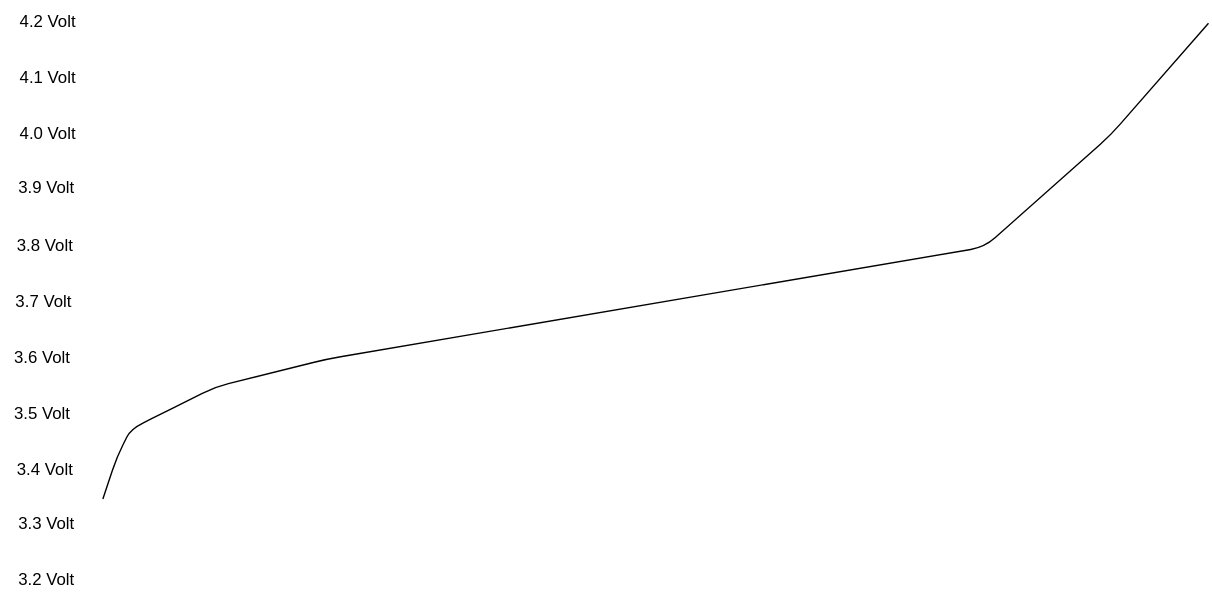
The draw.io diagram content/technology/battery/buffer/chargecurve.drawio.svg in evkx/evkx.github.io, before a commit. Source tidied: cells renumbered, new cells last; positions are measured from the earlier drawing's top-left corner, leaving out a move shared by most shapes. The source it was exported from:
```xml
<mxGraphModel>
  <root>
    <mxCell id="0" />
    <mxCell id="1" parent="0" />
    <mxCell id="2" style="endArrow=none;html=1;" parent="1" edge="1">
      <mxGeometry relative="1" as="geometry">
        <mxPoint x="73" y="356" as="sourcePoint" />
        <mxPoint x="863" y="16" as="targetPoint" />
        <Array as="points">
          <mxPoint x="83" y="326" />
          <mxPoint x="93" y="306" />
          <mxPoint x="113" y="296" />
          <mxPoint x="153" y="276" />
          <mxPoint x="233" y="256" />
          <mxPoint x="703" y="176" />
          <mxPoint x="793" y="96" />
        </Array>
      </mxGeometry>
    </mxCell>
    <mxCell id="3" value="3.5 Volt" style="text;html=1;strokeColor=none;fillColor=none;align=center;verticalAlign=middle;whiteSpace=wrap;rounded=0;" parent="1" vertex="1">
      <mxGeometry y="280" width="60" height="30" as="geometry" />
    </mxCell>
    <mxCell id="4" value="3.4 Volt" style="text;html=1;strokeColor=none;fillColor=none;align=center;verticalAlign=middle;whiteSpace=wrap;rounded=0;" parent="1" vertex="1">
      <mxGeometry x="2" y="320" width="60" height="30" as="geometry" />
    </mxCell>
    <mxCell id="5" value="3.6 Volt" style="text;html=1;strokeColor=none;fillColor=none;align=center;verticalAlign=middle;whiteSpace=wrap;rounded=0;" parent="1" vertex="1">
      <mxGeometry y="240" width="60" height="30" as="geometry" />
    </mxCell>
    <mxCell id="6" value="3.3 Volt" style="text;html=1;strokeColor=none;fillColor=none;align=center;verticalAlign=middle;whiteSpace=wrap;rounded=0;" parent="1" vertex="1">
      <mxGeometry x="3" y="359" width="60" height="30" as="geometry" />
    </mxCell>
    <mxCell id="7" value="3.7 Volt" style="text;html=1;strokeColor=none;fillColor=none;align=center;verticalAlign=middle;whiteSpace=wrap;rounded=0;" parent="1" vertex="1">
      <mxGeometry x="1" y="200" width="60" height="30" as="geometry" />
    </mxCell>
    <mxCell id="8" value="3.8 Volt" style="text;html=1;strokeColor=none;fillColor=none;align=center;verticalAlign=middle;whiteSpace=wrap;rounded=0;" parent="1" vertex="1">
      <mxGeometry x="2" y="160" width="60" height="30" as="geometry" />
    </mxCell>
    <mxCell id="9" value="3.9 Volt" style="text;html=1;strokeColor=none;fillColor=none;align=center;verticalAlign=middle;whiteSpace=wrap;rounded=0;" parent="1" vertex="1">
      <mxGeometry x="3" y="119" width="60" height="30" as="geometry" />
    </mxCell>
    <mxCell id="10" value="4.0 Volt" style="text;html=1;strokeColor=none;fillColor=none;align=center;verticalAlign=middle;whiteSpace=wrap;rounded=0;" parent="1" vertex="1">
      <mxGeometry x="4" y="80" width="60" height="30" as="geometry" />
    </mxCell>
    <mxCell id="11" value="4.1 Volt" style="text;html=1;strokeColor=none;fillColor=none;align=center;verticalAlign=middle;whiteSpace=wrap;rounded=0;" parent="1" vertex="1">
      <mxGeometry x="4" y="40" width="60" height="30" as="geometry" />
    </mxCell>
    <mxCell id="12" value="4.2 Volt" style="text;html=1;strokeColor=none;fillColor=none;align=center;verticalAlign=middle;whiteSpace=wrap;rounded=0;" parent="1" vertex="1">
      <mxGeometry x="4" width="60" height="30" as="geometry" />
    </mxCell>
    <mxCell id="13" value="3.2 Volt" style="text;html=1;strokeColor=none;fillColor=none;align=center;verticalAlign=middle;whiteSpace=wrap;rounded=0;" parent="1" vertex="1">
      <mxGeometry x="3" y="399" width="60" height="30" as="geometry" />
    </mxCell>
  </root>
</mxGraphModel>
```
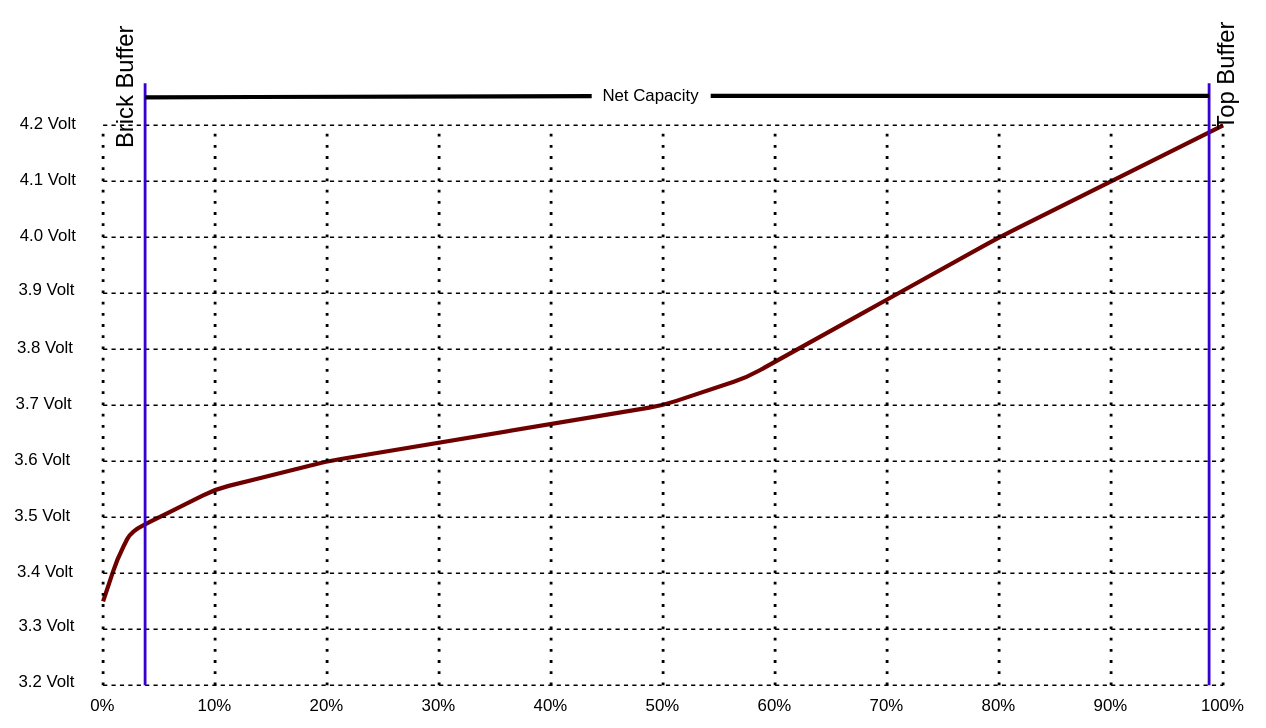
The same file after the commit.

What changed in the source:
```diff
@@ -2,18 +2,20 @@
   <root>
     <mxCell id="0" />
     <mxCell id="1" parent="0" />
-    <mxCell id="2" style="endArrow=none;html=1;" parent="1" edge="1">
+    <mxCell id="2" style="endArrow=none;html=1;strokeWidth=3;fillColor=#a20025;strokeColor=#6F0000;" parent="1" edge="1">
       <mxGeometry relative="1" as="geometry">
         <mxPoint x="73" y="356" as="sourcePoint" />
-        <mxPoint x="863" y="16" as="targetPoint" />
+        <mxPoint x="873" y="16" as="targetPoint" />
         <Array as="points">
           <mxPoint x="83" y="326" />
           <mxPoint x="93" y="306" />
           <mxPoint x="113" y="296" />
           <mxPoint x="153" y="276" />
           <mxPoint x="233" y="256" />
-          <mxPoint x="703" y="176" />
-          <mxPoint x="793" y="96" />
+          <mxPoint x="473" y="216" />
+          <mxPoint x="533" y="196" />
+          <mxPoint x="623" y="146" />
+          <mxPoint x="713" y="96" />
         </Array>
       </mxGeometry>
     </mxCell>
@@ -50,5 +52,196 @@
     <mxCell id="13" value="3.2 Volt" style="text;html=1;strokeColor=none;fillColor=none;align=center;verticalAlign=middle;whiteSpace=wrap;rounded=0;" parent="1" vertex="1">
       <mxGeometry x="3" y="399" width="60" height="30" as="geometry" />
     </mxCell>
+    <mxCell id="14" style="endArrow=none;dashed=1;html=1;dashPattern=1 3;strokeWidth=2;" parent="1" edge="1">
+      <mxGeometry relative="1" as="geometry">
+        <mxPoint x="473" y="416" as="sourcePoint" />
+        <mxPoint x="473" y="16" as="targetPoint" />
+      </mxGeometry>
+    </mxCell>
+    <mxCell id="15" value="50%" style="text;html=1;strokeColor=none;fillColor=none;align=center;verticalAlign=middle;whiteSpace=wrap;rounded=0;" parent="1" vertex="1">
+      <mxGeometry x="443" y="416" width="60" height="30" as="geometry" />
+    </mxCell>
+    <mxCell id="16" style="endArrow=none;dashed=1;html=1;dashPattern=1 3;strokeWidth=2;" parent="1" edge="1">
+      <mxGeometry relative="1" as="geometry">
+        <mxPoint x="393" y="416" as="sourcePoint" />
+        <mxPoint x="393" y="16" as="targetPoint" />
+      </mxGeometry>
+    </mxCell>
+    <mxCell id="17" value="40%" style="text;html=1;strokeColor=none;fillColor=none;align=center;verticalAlign=middle;whiteSpace=wrap;rounded=0;" parent="1" vertex="1">
+      <mxGeometry x="363" y="416" width="60" height="30" as="geometry" />
+    </mxCell>
+    <mxCell id="18" style="endArrow=none;dashed=1;html=1;dashPattern=1 3;strokeWidth=2;" parent="1" edge="1">
+      <mxGeometry relative="1" as="geometry">
+        <mxPoint x="313" y="416" as="sourcePoint" />
+        <mxPoint x="313" y="16" as="targetPoint" />
+      </mxGeometry>
+    </mxCell>
+    <mxCell id="19" value="30%" style="text;html=1;strokeColor=none;fillColor=none;align=center;verticalAlign=middle;whiteSpace=wrap;rounded=0;" parent="1" vertex="1">
+      <mxGeometry x="283" y="416" width="60" height="30" as="geometry" />
+    </mxCell>
+    <mxCell id="20" value="20%" style="text;html=1;strokeColor=none;fillColor=none;align=center;verticalAlign=middle;whiteSpace=wrap;rounded=0;" parent="1" vertex="1">
+      <mxGeometry x="203" y="416" width="60" height="30" as="geometry" />
+    </mxCell>
+    <mxCell id="21" value="10%" style="text;html=1;strokeColor=none;fillColor=none;align=center;verticalAlign=middle;whiteSpace=wrap;rounded=0;" parent="1" vertex="1">
+      <mxGeometry x="123" y="416" width="60" height="30" as="geometry" />
+    </mxCell>
+    <mxCell id="22" style="endArrow=none;dashed=1;html=1;dashPattern=1 3;strokeWidth=2;exitX=0.5;exitY=0;exitDx=0;exitDy=0;" parent="1" edge="1" source="20">
+      <mxGeometry relative="1" as="geometry">
+        <mxPoint x="233" y="16" as="targetPoint" />
+      </mxGeometry>
+    </mxCell>
+    <mxCell id="23" style="endArrow=none;dashed=1;html=1;dashPattern=1 3;strokeWidth=2;exitX=0.5;exitY=0;exitDx=0;exitDy=0;" parent="1" edge="1" source="21">
+      <mxGeometry relative="1" as="geometry">
+        <mxPoint x="153" y="16" as="targetPoint" />
+      </mxGeometry>
+    </mxCell>
+    <mxCell id="24" style="endArrow=none;dashed=1;html=1;dashPattern=1 3;strokeWidth=2;" parent="1" edge="1">
+      <mxGeometry relative="1" as="geometry">
+        <mxPoint x="553" y="416" as="sourcePoint" />
+        <mxPoint x="553" y="16" as="targetPoint" />
+      </mxGeometry>
+    </mxCell>
+    <mxCell id="25" style="endArrow=none;dashed=1;html=1;dashPattern=1 3;strokeWidth=2;" parent="1" edge="1">
+      <mxGeometry relative="1" as="geometry">
+        <mxPoint x="633" y="416" as="sourcePoint" />
+        <mxPoint x="633" y="16" as="targetPoint" />
+      </mxGeometry>
+    </mxCell>
+    <mxCell id="26" style="endArrow=none;dashed=1;html=1;dashPattern=1 3;strokeWidth=2;" parent="1" edge="1">
+      <mxGeometry relative="1" as="geometry">
+        <mxPoint x="713" y="416" as="sourcePoint" />
+        <mxPoint x="713" y="16" as="targetPoint" />
+      </mxGeometry>
+    </mxCell>
+    <mxCell id="27" style="endArrow=none;dashed=1;html=1;dashPattern=1 3;strokeWidth=2;" parent="1" edge="1">
+      <mxGeometry relative="1" as="geometry">
+        <mxPoint x="793" y="416" as="sourcePoint" />
+        <mxPoint x="793" y="16" as="targetPoint" />
+      </mxGeometry>
+    </mxCell>
+    <mxCell id="28" style="endArrow=none;dashed=1;html=1;dashPattern=1 3;strokeWidth=2;" parent="1" edge="1">
+      <mxGeometry relative="1" as="geometry">
+        <mxPoint x="873" y="416" as="sourcePoint" />
+        <mxPoint x="873" y="16" as="targetPoint" />
+      </mxGeometry>
+    </mxCell>
+    <mxCell id="29" value="60%" style="text;html=1;strokeColor=none;fillColor=none;align=center;verticalAlign=middle;whiteSpace=wrap;rounded=0;" parent="1" vertex="1">
+      <mxGeometry x="523" y="416" width="60" height="30" as="geometry" />
+    </mxCell>
+    <mxCell id="30" value="70%" style="text;html=1;strokeColor=none;fillColor=none;align=center;verticalAlign=middle;whiteSpace=wrap;rounded=0;" parent="1" vertex="1">
+      <mxGeometry x="603" y="416" width="60" height="30" as="geometry" />
+    </mxCell>
+    <mxCell id="31" value="80%" style="text;html=1;strokeColor=none;fillColor=none;align=center;verticalAlign=middle;whiteSpace=wrap;rounded=0;" parent="1" vertex="1">
+      <mxGeometry x="683" y="416" width="60" height="30" as="geometry" />
+    </mxCell>
+    <mxCell id="32" value="90%" style="text;html=1;strokeColor=none;fillColor=none;align=center;verticalAlign=middle;whiteSpace=wrap;rounded=0;" parent="1" vertex="1">
+      <mxGeometry x="763" y="416" width="60" height="30" as="geometry" />
+    </mxCell>
+    <mxCell id="33" value="100%" style="text;html=1;strokeColor=none;fillColor=none;align=center;verticalAlign=middle;whiteSpace=wrap;rounded=0;" parent="1" vertex="1">
+      <mxGeometry x="843" y="416" width="60" height="30" as="geometry" />
+    </mxCell>
+    <mxCell id="34" style="endArrow=none;dashed=1;html=1;dashPattern=1 3;strokeWidth=2;" parent="1" edge="1">
+      <mxGeometry relative="1" as="geometry">
+        <mxPoint x="73" y="416" as="sourcePoint" />
+        <mxPoint x="73" y="16" as="targetPoint" />
+      </mxGeometry>
+    </mxCell>
+    <mxCell id="35" value="0%" style="text;html=1;strokeColor=none;fillColor=none;align=center;verticalAlign=middle;whiteSpace=wrap;rounded=0;" parent="1" vertex="1">
+      <mxGeometry x="43" y="416" width="60" height="30" as="geometry" />
+    </mxCell>
+    <mxCell id="36" style="endArrow=none;dashed=1;html=1;exitX=0.5;exitY=0;exitDx=0;exitDy=0;entryX=0.5;entryY=0;entryDx=0;entryDy=0;" parent="1" edge="1" source="35" target="33">
+      <mxGeometry relative="1" as="geometry" />
+    </mxCell>
+    <mxCell id="37" style="endArrow=none;dashed=1;html=1;" parent="1" edge="1">
+      <mxGeometry relative="1" as="geometry">
+        <mxPoint x="73" y="376" as="sourcePoint" />
+        <mxPoint x="873" y="376" as="targetPoint" />
+      </mxGeometry>
+    </mxCell>
+    <mxCell id="38" style="endArrow=none;dashed=1;html=1;" parent="1" edge="1">
+      <mxGeometry relative="1" as="geometry">
+        <mxPoint x="73" y="336" as="sourcePoint" />
+        <mxPoint x="873" y="336" as="targetPoint" />
+      </mxGeometry>
+    </mxCell>
+    <mxCell id="39" style="endArrow=none;dashed=1;html=1;" parent="1" edge="1">
+      <mxGeometry relative="1" as="geometry">
+        <mxPoint x="73" y="296" as="sourcePoint" />
+        <mxPoint x="873" y="296" as="targetPoint" />
+      </mxGeometry>
+    </mxCell>
+    <mxCell id="40" style="endArrow=none;dashed=1;html=1;" parent="1" edge="1">
+      <mxGeometry relative="1" as="geometry">
+        <mxPoint x="73" y="256" as="sourcePoint" />
+        <mxPoint x="873" y="256" as="targetPoint" />
+      </mxGeometry>
+    </mxCell>
+    <mxCell id="41" style="endArrow=none;dashed=1;html=1;" parent="1" edge="1">
+      <mxGeometry relative="1" as="geometry">
+        <mxPoint x="73" y="216" as="sourcePoint" />
+        <mxPoint x="873" y="216" as="targetPoint" />
+      </mxGeometry>
+    </mxCell>
+    <mxCell id="42" style="endArrow=none;dashed=1;html=1;" parent="1" edge="1">
+      <mxGeometry relative="1" as="geometry">
+        <mxPoint x="73" y="176" as="sourcePoint" />
+        <mxPoint x="873" y="176" as="targetPoint" />
+      </mxGeometry>
+    </mxCell>
+    <mxCell id="43" style="endArrow=none;dashed=1;html=1;" parent="1" edge="1">
+      <mxGeometry relative="1" as="geometry">
+        <mxPoint x="73" y="136" as="sourcePoint" />
+        <mxPoint x="873" y="136" as="targetPoint" />
+      </mxGeometry>
+    </mxCell>
+    <mxCell id="44" style="endArrow=none;dashed=1;html=1;" parent="1" edge="1">
+      <mxGeometry relative="1" as="geometry">
+        <mxPoint x="73" y="96" as="sourcePoint" />
+        <mxPoint x="873" y="96" as="targetPoint" />
+      </mxGeometry>
+    </mxCell>
+    <mxCell id="45" style="endArrow=none;dashed=1;html=1;" parent="1" edge="1">
+      <mxGeometry relative="1" as="geometry">
+        <mxPoint x="73" y="56" as="sourcePoint" />
+        <mxPoint x="873" y="56" as="targetPoint" />
+      </mxGeometry>
+    </mxCell>
+    <mxCell id="46" style="endArrow=none;dashed=1;html=1;" parent="1" edge="1">
+      <mxGeometry relative="1" as="geometry">
+        <mxPoint x="73" y="16" as="sourcePoint" />
+        <mxPoint x="873" y="16" as="targetPoint" />
+      </mxGeometry>
+    </mxCell>
+    <mxCell id="47" style="endArrow=none;html=1;strokeWidth=2;fillColor=#6a00ff;strokeColor=#3700CC;" parent="1" edge="1">
+      <mxGeometry relative="1" as="geometry">
+        <mxPoint x="103" y="416" as="sourcePoint" />
+        <mxPoint x="103" y="-14" as="targetPoint" />
+      </mxGeometry>
+    </mxCell>
+    <mxCell id="48" style="endArrow=none;html=1;strokeWidth=2;fillColor=#6a00ff;strokeColor=#3700CC;" parent="1" edge="1">
+      <mxGeometry relative="1" as="geometry">
+        <mxPoint x="863" y="416" as="sourcePoint" />
+        <mxPoint x="863" y="-14" as="targetPoint" />
+      </mxGeometry>
+    </mxCell>
+    <mxCell id="49" value="Brick Buffer" style="text;html=1;strokeColor=none;fillColor=none;align=center;verticalAlign=middle;whiteSpace=wrap;rounded=0;direction=west;rotation=270;fontSize=17;" parent="1" vertex="1">
+      <mxGeometry x="36.5" y="-26.5" width="107" height="30" as="geometry" />
+    </mxCell>
+    <mxCell id="50" value="Net Capacity" style="text;html=1;strokeColor=none;fillColor=none;align=center;verticalAlign=middle;whiteSpace=wrap;rounded=0;" parent="1" vertex="1">
+      <mxGeometry x="422" y="-20" width="85" height="30" as="geometry" />
+    </mxCell>
+    <mxCell id="51" style="endArrow=none;html=1;strokeWidth=3;" parent="1" edge="1" target="50">
+      <mxGeometry relative="1" as="geometry">
+        <mxPoint x="103" y="-4" as="sourcePoint" />
+      </mxGeometry>
+    </mxCell>
+    <mxCell id="52" style="endArrow=none;html=1;strokeWidth=3;entryX=1;entryY=0.5;entryDx=0;entryDy=0;" parent="1" edge="1" target="50">
+      <mxGeometry relative="1" as="geometry">
+        <mxPoint x="863" y="-5" as="sourcePoint" />
+      </mxGeometry>
+    </mxCell>
+    <mxCell id="53" value="Top Buffer" style="text;html=1;strokeColor=none;fillColor=none;align=center;verticalAlign=middle;whiteSpace=wrap;rounded=0;direction=west;rotation=270;fontSize=17;" parent="1" vertex="1">
+      <mxGeometry x="823" y="-34" width="107" height="30" as="geometry" />
+    </mxCell>
   </root>
 </mxGraphModel>
```
